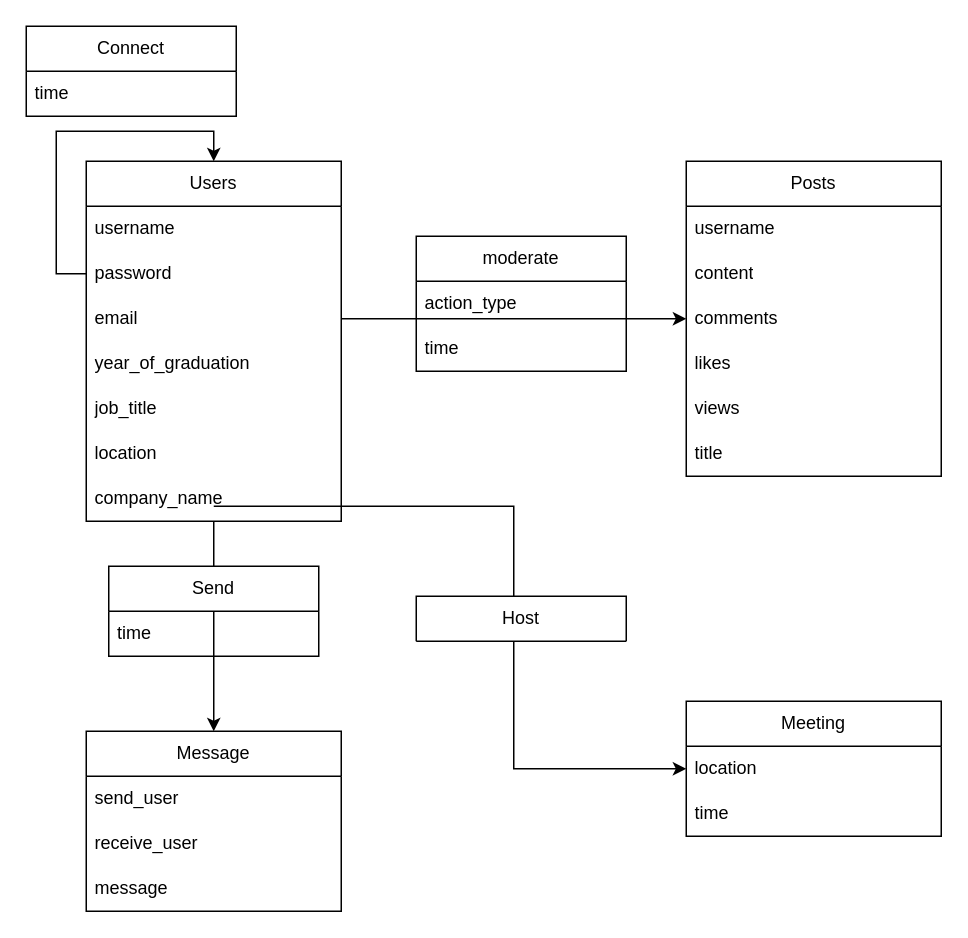
Earlier version of the draw.io diagram Database_Design.drawio (Racso777/miniproject3_nosql). Source tidied: cells renumbered, new cells numbered last; positions are measured from the earlier drawing's top-left corner, leaving out a move shared by most shapes. Both pictures are drawn from the tidied source at 150%, with x=0, y=0 at pixel (26, 26).
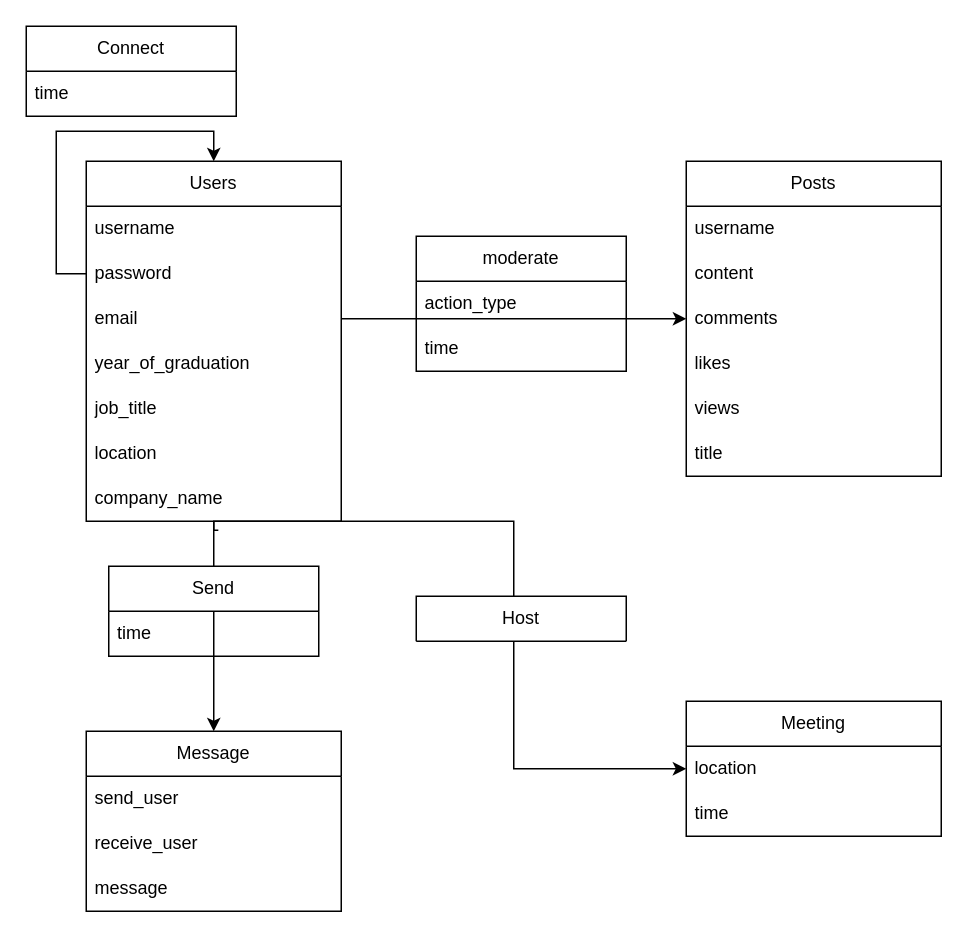
Above is the later version.

Unchanged cells that the change refers to:
```xml
<mxCell id="11" value="company_name" style="text;strokeColor=none;fillColor=none;align=left;verticalAlign=middle;spacingLeft=4;spacingRight=4;overflow=hidden;points=[[0,0.5],[1,0.5]];portConstraint=eastwest;whiteSpace=wrap;html=1;" parent="3" vertex="1">
  <mxGeometry y="210" width="170" height="30" as="geometry" />
</mxCell>
```

Diff of the diagram source:
```diff
@@
-    <mxCell id="34" style="edgeStyle=orthogonalEdgeStyle;rounded=0;orthogonalLoop=1;jettySize=auto;html=1;" parent="1" edge="1">
+    <mxCell id="34" style="edgeStyle=orthogonalEdgeStyle;rounded=0;jettySize=auto;html=1;exitX=0.518;exitY=1.2;exitDx=0;exitDy=0;exitPerimeter=0;" parent="1" edge="1" source="11">
       <mxGeometry relative="1" as="geometry">
-        <mxPoint x="125" y="320" as="sourcePoint" />
         <mxPoint x="440" y="495" as="targetPoint" />
         <Array as="points">
-          <mxPoint x="125" y="320" />
-          <mxPoint x="325" y="320" />
+          <mxPoint x="125" y="336" />
+          <mxPoint x="125" y="330" />
+          <mxPoint x="325" y="330" />
           <mxPoint x="325" y="495" />
         </Array>
       </mxGeometry>
     </mxCell>
```
